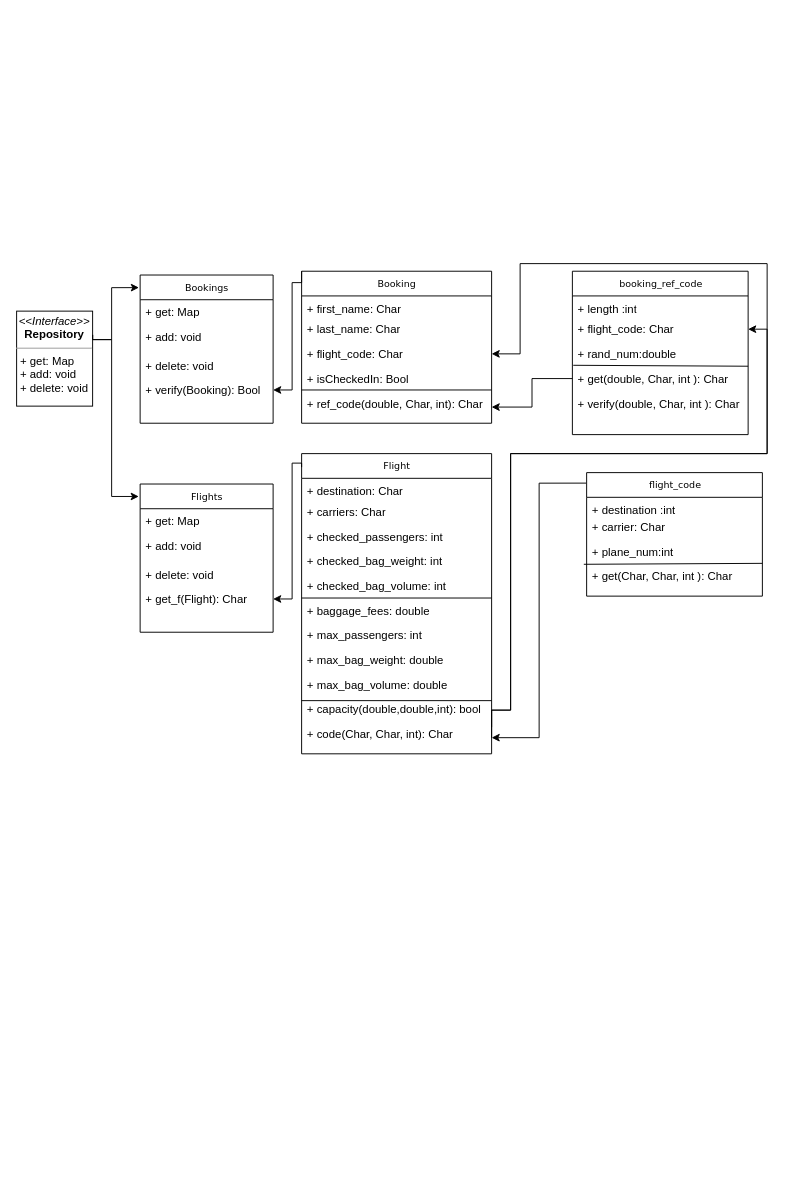
Earlier version of the draw.io diagram UML Diagram.drawio (oscaroguledo/Java-intro). Source tidied: cells renumbered, new cells numbered last; positions are measured from the earlier drawing's top-left corner, leaving out a move shared by most shapes. Both pictures are drawn from the tidied source at 95%, with x=0, y=0 at pixel (16, 263).
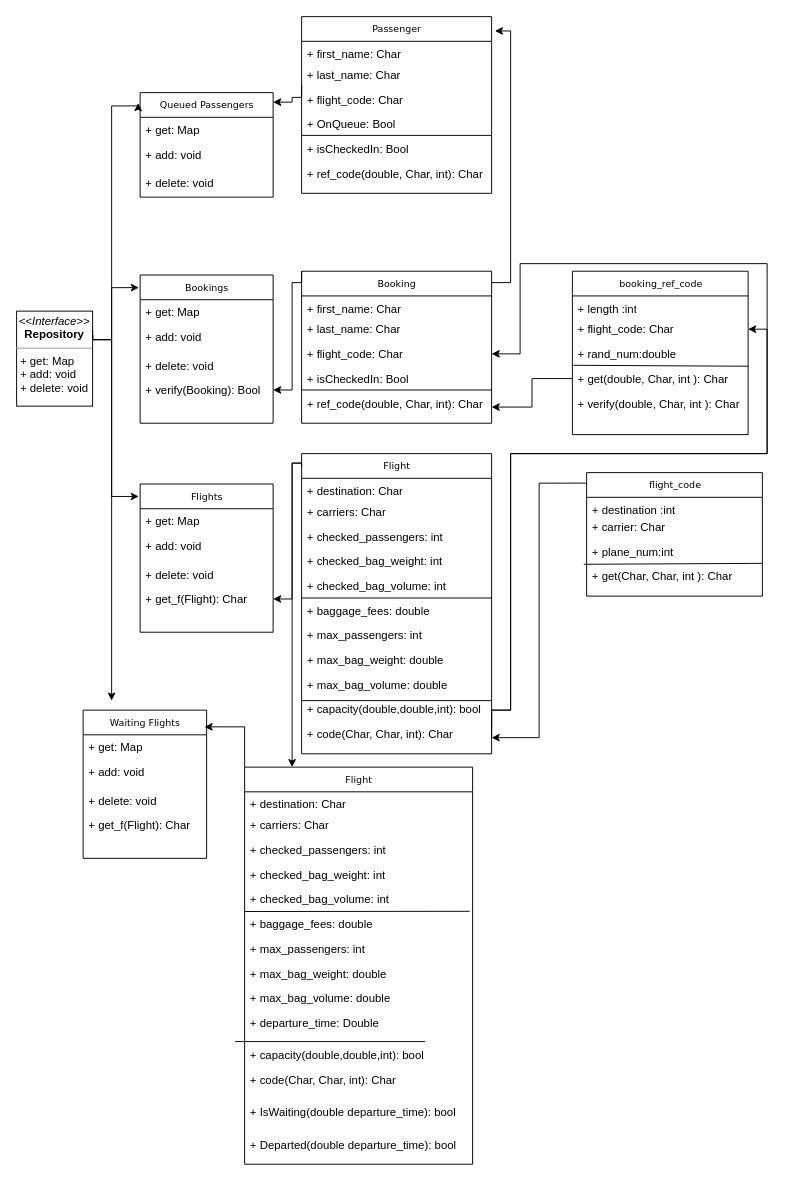
The same page after the edit.

Unchanged cells that the change refers to:
```xml
<mxCell id="9" value="&lt;p style=&quot;margin:0px;margin-top:4px;text-align:center;&quot;&gt;&lt;i&gt;&amp;lt;&amp;lt;Interface&amp;gt;&amp;gt;&lt;/i&gt;&lt;br&gt;&lt;b&gt;Repository&lt;br&gt;&lt;/b&gt;&lt;/p&gt;&lt;hr size=&quot;1&quot;&gt;&lt;p style=&quot;margin:0px;margin-left:4px;&quot;&gt;+ get: Map&amp;nbsp;&lt;br&gt;+ add: void&lt;/p&gt;&lt;p style=&quot;margin:0px;margin-left:4px;&quot;&gt;+ delete: void&amp;nbsp;&lt;/p&gt;" style="verticalAlign=top;align=left;overflow=fill;fontSize=12;fontFamily=Helvetica;html=1;rounded=0;shadow=0;comic=0;labelBackgroundColor=none;strokeWidth=1;" parent="1" vertex="1">
  <mxGeometry y="50" width="80" height="100" as="geometry" />
</mxCell>
```

Change to the diagram source:
```diff
@@
     <mxCell id="7" style="edgeStyle=orthogonalEdgeStyle;rounded=0;html=1;dashed=1;labelBackgroundColor=none;startFill=0;endArrow=open;endFill=0;endSize=10;fontFamily=Verdana;fontSize=10;" parent="1" edge="1">
       <mxGeometry relative="1" as="geometry">
-        <mxPoint x="600" y="280" as="sourcePoint" />
+        <mxPoint x="630" y="-10" as="sourcePoint" />
       </mxGeometry>
     </mxCell>
@@
+    <mxCell id="56" value="Queued Passengers" style="swimlane;html=1;fontStyle=0;horizontal=1;startSize=26;fillColor=none;swimlaneFillColor=#ffffff;rounded=0;shadow=0;comic=0;labelBackgroundColor=none;strokeWidth=1;fontFamily=Verdana;fontSize=10;align=center;" parent="1" vertex="1">
+      <mxGeometry x="130" y="-180" width="140" height="110" as="geometry" />
+    </mxCell>
+    <mxCell id="57" value="+ get: Map" style="text;html=1;strokeColor=none;fillColor=none;align=left;verticalAlign=top;spacingLeft=4;spacingRight=4;whiteSpace=wrap;overflow=hidden;" parent="56" vertex="1">
+      <mxGeometry y="26" width="140" height="26" as="geometry" />
+    </mxCell>
+    <mxCell id="58" value="+ add: void&amp;nbsp;" style="text;html=1;strokeColor=none;fillColor=none;align=left;verticalAlign=top;spacingLeft=4;spacingRight=4;whiteSpace=wrap;overflow=hidden;" parent="56" vertex="1">
+      <mxGeometry y="52" width="140" height="30" as="geometry" />
+    </mxCell>
+    <mxCell id="59" value="+ delete: void&amp;nbsp;" style="text;html=1;strokeColor=none;fillColor=none;align=left;verticalAlign=top;spacingLeft=4;spacingRight=4;whiteSpace=wrap;overflow=hidden;" parent="56" vertex="1">
+      <mxGeometry y="82" width="140" height="26" as="geometry" />
+    </mxCell>
+    <mxCell id="60" value="Passenger" style="swimlane;html=1;fontStyle=0;horizontal=1;startSize=26;fillColor=none;swimlaneFillColor=#ffffff;rounded=0;shadow=0;comic=0;labelBackgroundColor=none;strokeWidth=1;fontFamily=Verdana;fontSize=10;align=center;" parent="1" vertex="1">
+      <mxGeometry x="300" y="-260" width="200" height="186" as="geometry" />
+    </mxCell>
+    <mxCell id="61" value="+ first_name: Char" style="text;html=1;strokeColor=none;fillColor=none;align=left;verticalAlign=top;spacingLeft=4;spacingRight=4;whiteSpace=wrap;overflow=hidden;" parent="60" vertex="1">
+      <mxGeometry y="26" width="200" height="22" as="geometry" />
+    </mxCell>
+    <mxCell id="62" value="+ last_name: Char" style="text;html=1;strokeColor=none;fillColor=none;align=left;verticalAlign=top;spacingLeft=4;spacingRight=4;whiteSpace=wrap;overflow=hidden;" parent="60" vertex="1">
+      <mxGeometry y="48" width="200" height="26" as="geometry" />
+    </mxCell>
+    <mxCell id="63" value="+ flight_code: Char&amp;nbsp;" style="text;html=1;strokeColor=none;fillColor=none;align=left;verticalAlign=top;spacingLeft=4;spacingRight=4;whiteSpace=wrap;overflow=hidden;" parent="60" vertex="1">
+      <mxGeometry y="74" width="200" height="26" as="geometry" />
+    </mxCell>
+    <mxCell id="64" value="+ OnQueue: Bool&amp;nbsp;" style="text;html=1;strokeColor=none;fillColor=none;align=left;verticalAlign=top;spacingLeft=4;spacingRight=4;whiteSpace=wrap;overflow=hidden;" parent="60" vertex="1">
+      <mxGeometry y="100" width="200" height="26" as="geometry" />
+    </mxCell>
+    <mxCell id="65" value="+ isCheckedIn: Bool&amp;nbsp;" style="text;html=1;strokeColor=none;fillColor=none;align=left;verticalAlign=top;spacingLeft=4;spacingRight=4;whiteSpace=wrap;overflow=hidden;" parent="60" vertex="1">
+      <mxGeometry y="126" width="200" height="26" as="geometry" />
+    </mxCell>
+    <mxCell id="66" style="endArrow=none;html=1;rounded=0;" parent="60" edge="1">
+      <mxGeometry relative="1" as="geometry">
+        <mxPoint y="125" as="sourcePoint" />
+        <mxPoint x="200" y="125" as="targetPoint" />
+      </mxGeometry>
+    </mxCell>
+    <mxCell id="67" value="+ ref_code(double, Char, int): Char&amp;nbsp;" style="text;html=1;strokeColor=none;fillColor=none;align=left;verticalAlign=top;spacingLeft=4;spacingRight=4;whiteSpace=wrap;overflow=hidden;" parent="60" vertex="1">
+      <mxGeometry y="152" width="200" height="34" as="geometry" />
+    </mxCell>
+    <mxCell id="68" style="edgeStyle=orthogonalEdgeStyle;rounded=0;orthogonalLoop=1;jettySize=auto;html=1;exitX=0;exitY=0;exitDx=0;exitDy=0;" parent="1" edge="1">
+      <mxGeometry relative="1" as="geometry">
+        <mxPoint x="300" y="-187.5" as="sourcePoint" />
+        <mxPoint x="270" y="-170" as="targetPoint" />
+        <Array as="points">
+          <mxPoint x="300" y="-175" />
+          <mxPoint x="290" y="-175" />
+          <mxPoint x="290" y="-170" />
+          <mxPoint x="270" y="-170" />
+        </Array>
+      </mxGeometry>
+    </mxCell>
+    <mxCell id="69" style="edgeStyle=orthogonalEdgeStyle;rounded=0;jettySize=auto;html=1;exitX=1;exitY=0.25;exitDx=0;exitDy=0;entryX=-0.015;entryY=0.1;entryDx=0;entryDy=0;entryPerimeter=0;" parent="1" edge="1" source="9" target="56">
+      <mxGeometry relative="1" as="geometry">
+        <Array as="points">
+          <mxPoint x="80" y="80" />
+          <mxPoint x="100" y="80" />
+          <mxPoint x="100" y="-166" />
+        </Array>
+      </mxGeometry>
+    </mxCell>
+    <mxCell id="70" style="edgeStyle=orthogonalEdgeStyle;rounded=0;jettySize=auto;html=1;entryX=1.017;entryY=0.081;entryDx=0;entryDy=0;entryPerimeter=0;" parent="1" edge="1" target="60">
+      <mxGeometry relative="1" as="geometry">
+        <mxPoint x="500" y="20" as="sourcePoint" />
+        <Array as="points">
+          <mxPoint x="500" y="20" />
+          <mxPoint x="520" y="20" />
+          <mxPoint x="520" y="-245" />
+        </Array>
+      </mxGeometry>
+    </mxCell>
+    <mxCell id="71" value="Waiting Flights" style="swimlane;html=1;fontStyle=0;horizontal=1;startSize=26;fillColor=none;swimlaneFillColor=#ffffff;rounded=0;shadow=0;comic=0;labelBackgroundColor=none;strokeWidth=1;fontFamily=Verdana;fontSize=10;align=center;" parent="1" vertex="1">
+      <mxGeometry x="70" y="470" width="130" height="156" as="geometry" />
+    </mxCell>
+    <mxCell id="72" value="+ get: Map" style="text;html=1;strokeColor=none;fillColor=none;align=left;verticalAlign=top;spacingLeft=4;spacingRight=4;whiteSpace=wrap;overflow=hidden;points=[[0,0.5],[1,0.5]];portConstraint=eastwest;" parent="71" vertex="1">
+      <mxGeometry y="26" width="130" height="26" as="geometry" />
+    </mxCell>
+    <mxCell id="73" value="+ add: void&amp;nbsp;" style="text;html=1;strokeColor=none;fillColor=none;align=left;verticalAlign=top;spacingLeft=4;spacingRight=4;whiteSpace=wrap;overflow=hidden;" parent="71" vertex="1">
+      <mxGeometry y="52" width="130" height="30" as="geometry" />
+    </mxCell>
+    <mxCell id="74" value="+ delete: void&amp;nbsp;" style="text;html=1;strokeColor=none;fillColor=none;align=left;verticalAlign=top;spacingLeft=4;spacingRight=4;whiteSpace=wrap;overflow=hidden;" parent="71" vertex="1">
+      <mxGeometry y="82" width="130" height="26" as="geometry" />
+    </mxCell>
+    <mxCell id="75" value="+ get_f(Flight): Char&amp;nbsp;" style="text;html=1;strokeColor=none;fillColor=none;align=left;verticalAlign=top;spacingLeft=4;spacingRight=4;whiteSpace=wrap;overflow=hidden;" parent="71" vertex="1">
+      <mxGeometry y="108" width="130" height="26" as="geometry" />
+    </mxCell>
+    <mxCell id="76" value="Flight" style="swimlane;html=1;fontStyle=0;horizontal=1;startSize=26;fillColor=none;swimlaneFillColor=#ffffff;rounded=0;shadow=0;comic=0;labelBackgroundColor=none;strokeWidth=1;fontFamily=Verdana;fontSize=10;align=center;" parent="1" vertex="1">
+      <mxGeometry x="240" y="530" width="240" height="418" as="geometry" />
+    </mxCell>
+    <mxCell id="77" value="+ destination&lt;span style=&quot;background-color: initial;&quot;&gt;: Char&lt;/span&gt;" style="text;html=1;strokeColor=none;fillColor=none;align=left;verticalAlign=top;spacingLeft=4;spacingRight=4;whiteSpace=wrap;overflow=hidden;" parent="76" vertex="1">
+      <mxGeometry y="26" width="240" height="22" as="geometry" />
+    </mxCell>
+    <mxCell id="78" value="+ carriers: Char" style="text;html=1;strokeColor=none;fillColor=none;align=left;verticalAlign=top;spacingLeft=4;spacingRight=4;whiteSpace=wrap;overflow=hidden;" parent="76" vertex="1">
+      <mxGeometry y="48" width="240" height="26" as="geometry" />
+    </mxCell>
+    <mxCell id="79" value="+ checked_passengers&lt;span style=&quot;background-color: initial;&quot;&gt;: int&amp;nbsp;&lt;/span&gt;" style="text;html=1;strokeColor=none;fillColor=none;align=left;verticalAlign=top;spacingLeft=4;spacingRight=4;whiteSpace=wrap;overflow=hidden;" parent="76" vertex="1">
+      <mxGeometry y="74" width="240" height="26" as="geometry" />
+    </mxCell>
+    <mxCell id="80" value="+ checked_bag_weight&lt;span style=&quot;background-color: initial;&quot;&gt;: int&amp;nbsp;&lt;/span&gt;" style="text;html=1;strokeColor=none;fillColor=none;align=left;verticalAlign=top;spacingLeft=4;spacingRight=4;whiteSpace=wrap;overflow=hidden;" parent="76" vertex="1">
+      <mxGeometry y="100" width="240" height="26" as="geometry" />
+    </mxCell>
+    <mxCell id="81" value="+ checked_bag_volume&lt;span style=&quot;background-color: initial;&quot;&gt;: int&amp;nbsp;&lt;/span&gt;" style="text;html=1;strokeColor=none;fillColor=none;align=left;verticalAlign=top;spacingLeft=4;spacingRight=4;whiteSpace=wrap;overflow=hidden;" parent="76" vertex="1">
+      <mxGeometry y="126" width="240" height="26" as="geometry" />
+    </mxCell>
+    <mxCell id="82" value="+ baggage_fees&lt;span style=&quot;background-color: initial;&quot;&gt;: double&amp;nbsp;&lt;/span&gt;" style="text;html=1;strokeColor=none;fillColor=none;align=left;verticalAlign=top;spacingLeft=4;spacingRight=4;whiteSpace=wrap;overflow=hidden;points=[[0,0.5],[1,0.5]];portConstraint=eastwest;" parent="76" vertex="1">
+      <mxGeometry y="152" width="240" height="26" as="geometry" />
+    </mxCell>
+    <mxCell id="83" value="+&amp;nbsp;max_passengers&lt;span style=&quot;background-color: initial;&quot;&gt;: int&amp;nbsp;&lt;/span&gt;" style="text;html=1;strokeColor=none;fillColor=none;align=left;verticalAlign=top;spacingLeft=4;spacingRight=4;whiteSpace=wrap;overflow=hidden;" parent="76" vertex="1">
+      <mxGeometry y="178" width="240" height="26" as="geometry" />
+    </mxCell>
+    <mxCell id="84" value="+&amp;nbsp;max_bag_weight&lt;span style=&quot;background-color: initial;&quot;&gt;: double&amp;nbsp;&lt;/span&gt;" style="text;html=1;strokeColor=none;fillColor=none;align=left;verticalAlign=top;spacingLeft=4;spacingRight=4;whiteSpace=wrap;overflow=hidden;" parent="76" vertex="1">
+      <mxGeometry y="204" width="240" height="26" as="geometry" />
+    </mxCell>
+    <mxCell id="85" value="+&amp;nbsp;max_bag_volume&lt;span style=&quot;background-color: initial;&quot;&gt;: double&amp;nbsp;&lt;/span&gt;" style="text;html=1;strokeColor=none;fillColor=none;align=left;verticalAlign=top;spacingLeft=4;spacingRight=4;whiteSpace=wrap;overflow=hidden;" parent="76" vertex="1">
+      <mxGeometry y="230" width="240" height="26" as="geometry" />
+    </mxCell>
+    <mxCell id="86" value="+ departure_time: Double&amp;nbsp;" style="text;html=1;strokeColor=none;fillColor=none;align=left;verticalAlign=top;spacingLeft=4;spacingRight=4;whiteSpace=wrap;overflow=hidden;" parent="76" vertex="1">
+      <mxGeometry y="256" width="240" height="34" as="geometry" />
+    </mxCell>
+    <mxCell id="87" style="endArrow=none;html=1;rounded=0;" parent="76" edge="1">
+      <mxGeometry relative="1" as="geometry">
+        <mxPoint x="-10" y="288.9" as="sourcePoint" />
+        <mxPoint x="190" y="288.9" as="targetPoint" />
+      </mxGeometry>
+    </mxCell>
+    <mxCell id="88" value="+ capacity(double,double,int)&lt;span style=&quot;background-color: initial;&quot;&gt;: bool&amp;nbsp;&lt;/span&gt;" style="text;html=1;strokeColor=none;fillColor=none;align=left;verticalAlign=top;spacingLeft=4;spacingRight=4;whiteSpace=wrap;overflow=hidden;" parent="76" vertex="1">
+      <mxGeometry y="290" width="240" height="26" as="geometry" />
+    </mxCell>
+    <mxCell id="89" style="endArrow=none;html=1;rounded=0;entryX=0.987;entryY=-0.009;entryDx=0;entryDy=0;entryPerimeter=0;" parent="76" edge="1" target="82">
+      <mxGeometry relative="1" as="geometry">
+        <mxPoint y="152" as="sourcePoint" />
+      </mxGeometry>
+    </mxCell>
+    <mxCell id="90" value="+ code(Char, Char, int): Char&amp;nbsp;" style="text;html=1;strokeColor=none;fillColor=none;align=left;verticalAlign=top;spacingLeft=4;spacingRight=4;whiteSpace=wrap;overflow=hidden;" parent="76" vertex="1">
+      <mxGeometry y="316" width="240" height="34" as="geometry" />
+    </mxCell>
+    <mxCell id="91" value="+ IsWaiting(double departure_time): bool&amp;nbsp;" style="text;html=1;strokeColor=none;fillColor=none;align=left;verticalAlign=top;spacingLeft=4;spacingRight=4;whiteSpace=wrap;overflow=hidden;" parent="76" vertex="1">
+      <mxGeometry y="350" width="240" height="34" as="geometry" />
+    </mxCell>
+    <mxCell id="92" value="+ Departed(double departure_time): bool&amp;nbsp;" style="text;html=1;strokeColor=none;fillColor=none;align=left;verticalAlign=top;spacingLeft=4;spacingRight=4;whiteSpace=wrap;overflow=hidden;" parent="76" vertex="1">
+      <mxGeometry y="384" width="240" height="34" as="geometry" />
+    </mxCell>
+    <mxCell id="93" style="edgeStyle=orthogonalEdgeStyle;rounded=0;orthogonalLoop=1;jettySize=auto;html=1;" parent="1" edge="1">
+      <mxGeometry relative="1" as="geometry">
+        <mxPoint x="300" y="210" as="sourcePoint" />
+        <mxPoint x="290" y="530" as="targetPoint" />
+        <Array as="points">
+          <mxPoint x="290" y="210" />
+        </Array>
+      </mxGeometry>
+    </mxCell>
+    <mxCell id="94" style="edgeStyle=orthogonalEdgeStyle;rounded=0;jettySize=auto;html=1;exitX=0;exitY=0;exitDx=0;exitDy=0;entryX=0.983;entryY=-0.322;entryDx=0;entryDy=0;entryPerimeter=0;" parent="1" edge="1" source="76" target="72">
+      <mxGeometry relative="1" as="geometry" />
+    </mxCell>
+    <mxCell id="95" style="edgeStyle=orthogonalEdgeStyle;rounded=0;orthogonalLoop=1;jettySize=auto;html=1;exitX=1;exitY=0.25;exitDx=0;exitDy=0;" parent="1" edge="1">
+      <mxGeometry relative="1" as="geometry">
+        <mxPoint x="80" y="70" as="sourcePoint" />
+        <mxPoint x="100" y="460" as="targetPoint" />
+        <Array as="points">
+          <mxPoint x="80" y="80" />
+          <mxPoint x="100" y="80" />
+        </Array>
+      </mxGeometry>
+    </mxCell>
```
